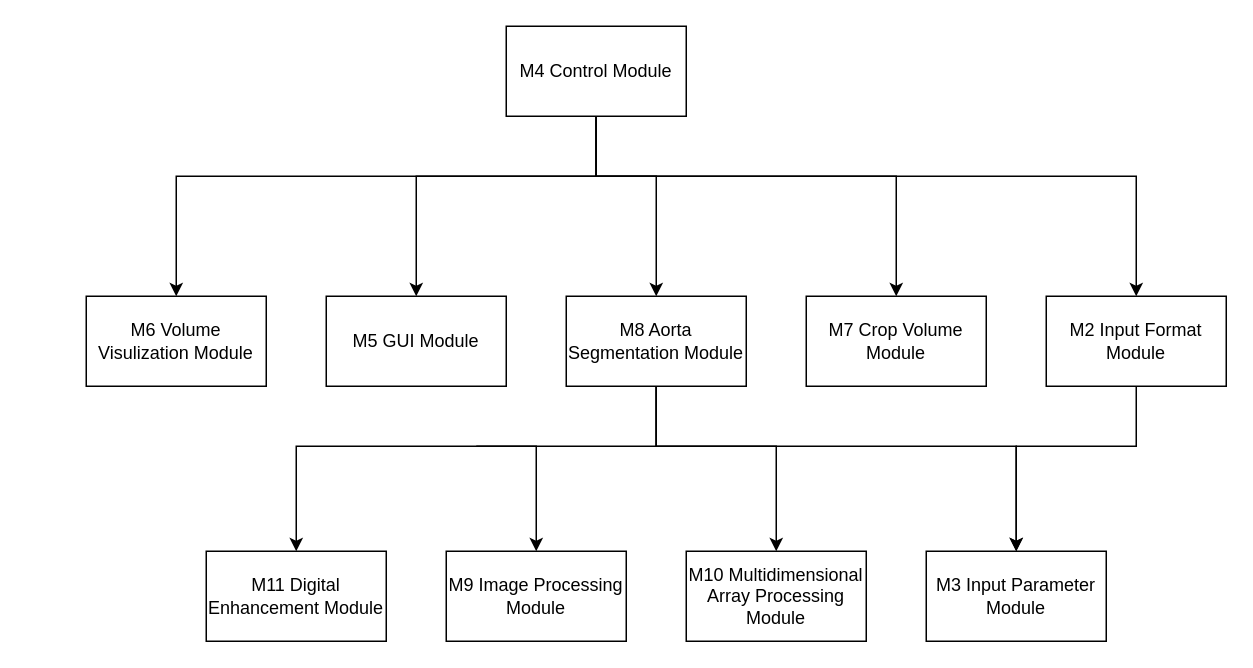
This is docs/Design/MG/Use Hierarchy.drawio from smiths/aorta, a draw.io file, before an edit. Source tidied: cells renumbered, new cells numbered last; positions are measured from the earlier drawing's top-left corner, leaving out a move shared by most shapes. Both pictures are drawn from the tidied source at 150%, with x=0, y=0 at pixel (86, 26).
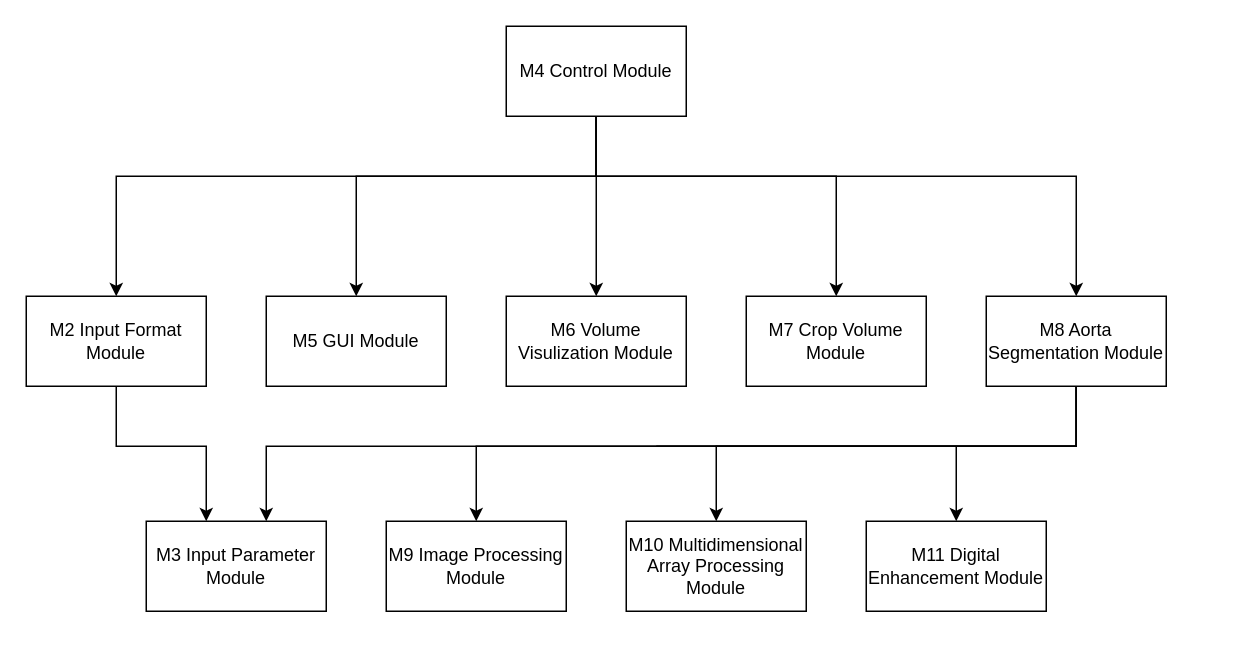
The same page after the edit.

Commit message (it also covers changes not shown here):
Update Use Hierarchy

The change refers to these unchanged cells:
```xml
<mxCell id="10" value="M4 Control Module" style="rounded=0;whiteSpace=wrap;html=1;" parent="1" vertex="1">
  <mxGeometry x="280" width="120" height="60" as="geometry" />
</mxCell>
```

Diff of the diagram source:
```diff
@@
     <mxCell id="2" value="M5 GUI Module" style="rounded=0;whiteSpace=wrap;html=1;" parent="1" vertex="1">
-      <mxGeometry x="160" y="180" width="120" height="60" as="geometry" />
+      <mxGeometry x="120" y="180" width="120" height="60" as="geometry" />
     </mxCell>
     <mxCell id="3" style="edgeStyle=orthogonalEdgeStyle;rounded=0;jettySize=auto;html=1;exitX=0.5;exitY=1;exitDx=0;exitDy=0;" parent="1" edge="1" source="4" target="21">
       <mxGeometry relative="1" as="geometry">
         <Array as="points">
-          <mxPoint x="700" y="280" />
-          <mxPoint x="620" y="280" />
+          <mxPoint x="20" y="280" />
+          <mxPoint x="80" y="280" />
         </Array>
       </mxGeometry>
     </mxCell>
     <mxCell id="4" value="M2 Input Format Module" style="rounded=0;whiteSpace=wrap;html=1;" parent="1" vertex="1">
-      <mxGeometry x="640" y="180" width="120" height="60" as="geometry" />
+      <mxGeometry x="-40" y="180" width="120" height="60" as="geometry" />
     </mxCell>
     <mxCell id="5" style="edgeStyle=orthogonalEdgeStyle;rounded=0;jettySize=auto;html=1;exitX=0.5;exitY=1;exitDx=0;exitDy=0;entryX=0.5;entryY=0;entryDx=0;entryDy=0;" parent="1" edge="1" source="10" target="4">
       <mxGeometry relative="1" as="geometry">
         <Array as="points">
           <mxPoint x="340" y="100" />
-          <mxPoint x="700" y="100" />
+          <mxPoint x="20" y="100" />
         </Array>
       </mxGeometry>
     </mxCell>
     <mxCell id="6" style="edgeStyle=orthogonalEdgeStyle;rounded=0;jettySize=auto;html=1;" parent="1" edge="1" source="10" target="17">
       <mxGeometry relative="1" as="geometry">
         <Array as="points">
           <mxPoint x="340" y="100" />
-          <mxPoint x="380" y="100" />
+          <mxPoint x="660" y="100" />
         </Array>
       </mxGeometry>
     </mxCell>
     <mxCell id="7" style="edgeStyle=orthogonalEdgeStyle;rounded=0;jettySize=auto;html=1;entryX=0.5;entryY=0;entryDx=0;entryDy=0;" parent="1" edge="1" source="10" target="2">
       <mxGeometry relative="1" as="geometry">
         <Array as="points">
           <mxPoint x="340" y="100" />
-          <mxPoint x="220" y="100" />
+          <mxPoint x="180" y="100" />
         </Array>
       </mxGeometry>
     </mxCell>
     <mxCell id="8" style="edgeStyle=orthogonalEdgeStyle;rounded=0;jettySize=auto;html=1;entryX=0.5;entryY=0;entryDx=0;entryDy=0;exitX=0.5;exitY=1;exitDx=0;exitDy=0;" parent="1" edge="1" source="10" target="12">
       <mxGeometry relative="1" as="geometry">
         <Array as="points">
           <mxPoint x="340" y="100" />
-          <mxPoint x="540" y="100" />
+          <mxPoint x="500" y="100" />
         </Array>
       </mxGeometry>
     </mxCell>
     <mxCell id="9" style="edgeStyle=orthogonalEdgeStyle;rounded=0;jettySize=auto;html=1;entryX=0.5;entryY=0;entryDx=0;entryDy=0;" parent="1" edge="1" source="10" target="11">
       <mxGeometry relative="1" as="geometry">
         <Array as="points">
-          <mxPoint x="340" y="100" />
-          <mxPoint x="60" y="100" />
+          <mxPoint x="340" y="140" />
+          <mxPoint x="340" y="140" />
         </Array>
       </mxGeometry>
     </mxCell>
@@
     <mxCell id="11" value="M6 Volume Visulization Module" style="rounded=0;whiteSpace=wrap;html=1;" parent="1" vertex="1">
-      <mxGeometry y="180" width="120" height="60" as="geometry" />
+      <mxGeometry x="280" y="180" width="120" height="60" as="geometry" />
     </mxCell>
     <mxCell id="12" value="M7 Crop Volume Module" style="rounded=0;whiteSpace=wrap;html=1;" parent="1" vertex="1">
-      <mxGeometry x="480" y="180" width="120" height="60" as="geometry" />
+      <mxGeometry x="440" y="180" width="120" height="60" as="geometry" />
     </mxCell>
@@
-    <mxCell id="14" style="edgeStyle=orthogonalEdgeStyle;rounded=0;jettySize=auto;html=1;" parent="1" edge="1" target="19">
-      <mxGeometry relative="1" as="geometry">
-        <mxPoint x="290" y="280" as="sourcePoint" />
-        <Array as="points">
-          <mxPoint x="260" y="280" />
-          <mxPoint x="340" y="280" />
-        </Array>
-      </mxGeometry>
-    </mxCell>
     <mxCell id="15" style="edgeStyle=orthogonalEdgeStyle;rounded=0;jettySize=auto;html=1;exitX=0.5;exitY=1;exitDx=0;exitDy=0;" parent="1" edge="1" source="17" target="20">
       <mxGeometry relative="1" as="geometry">
         <Array as="points">
-          <mxPoint x="380" y="280" />
-          <mxPoint x="460" y="280" />
+          <mxPoint x="660" y="280" />
+          <mxPoint x="420" y="280" />
         </Array>
       </mxGeometry>
     </mxCell>
     <mxCell id="16" style="edgeStyle=orthogonalEdgeStyle;rounded=0;jettySize=auto;html=1;exitX=0.5;exitY=1;exitDx=0;exitDy=0;" parent="1" edge="1" source="17" target="21">
       <mxGeometry relative="1" as="geometry">
         <Array as="points">
-          <mxPoint x="380" y="280" />
-          <mxPoint x="620" y="280" />
+          <mxPoint x="660" y="280" />
+          <mxPoint x="120" y="280" />
         </Array>
       </mxGeometry>
     </mxCell>
+    <mxCell id="22" style="edgeStyle=orthogonalEdgeStyle;rounded=0;jettySize=auto;html=1;entryX=0.5;entryY=0;entryDx=0;entryDy=0;" parent="1" edge="1" source="17" target="19">
+      <mxGeometry relative="1" as="geometry">
+        <Array as="points">
+          <mxPoint x="660" y="280" />
+          <mxPoint x="260" y="280" />
+        </Array>
+      </mxGeometry>
+    </mxCell>
     <mxCell id="17" value="M8 Aorta Segmentation Module" style="rounded=0;whiteSpace=wrap;html=1;" parent="1" vertex="1">
-      <mxGeometry x="320" y="180" width="120" height="60" as="geometry" />
+      <mxGeometry x="600" y="180" width="120" height="60" as="geometry" />
     </mxCell>
     <mxCell id="18" value="M11 Digital Enhancement Module" style="rounded=0;whiteSpace=wrap;html=1;" parent="1" vertex="1">
-      <mxGeometry x="80" y="350" width="120" height="60" as="geometry" />
+      <mxGeometry x="520" y="330" width="120" height="60" as="geometry" />
     </mxCell>
     <mxCell id="19" value="M9 Image Processing Module" style="rounded=0;whiteSpace=wrap;html=1;" parent="1" vertex="1">
-      <mxGeometry x="240" y="350" width="120" height="60" as="geometry" />
+      <mxGeometry x="200" y="330" width="120" height="60" as="geometry" />
     </mxCell>
     <mxCell id="20" value="M10 Multidimensional Array Processing Module" style="rounded=0;whiteSpace=wrap;html=1;" parent="1" vertex="1">
-      <mxGeometry x="400" y="350" width="120" height="60" as="geometry" />
+      <mxGeometry x="360" y="330" width="120" height="60" as="geometry" />
     </mxCell>
     <mxCell id="21" value="M3 Input Parameter Module" style="rounded=0;whiteSpace=wrap;html=1;" parent="1" vertex="1">
-      <mxGeometry x="560" y="350" width="120" height="60" as="geometry" />
+      <mxGeometry x="40" y="330" width="120" height="60" as="geometry" />
     </mxCell>
```
